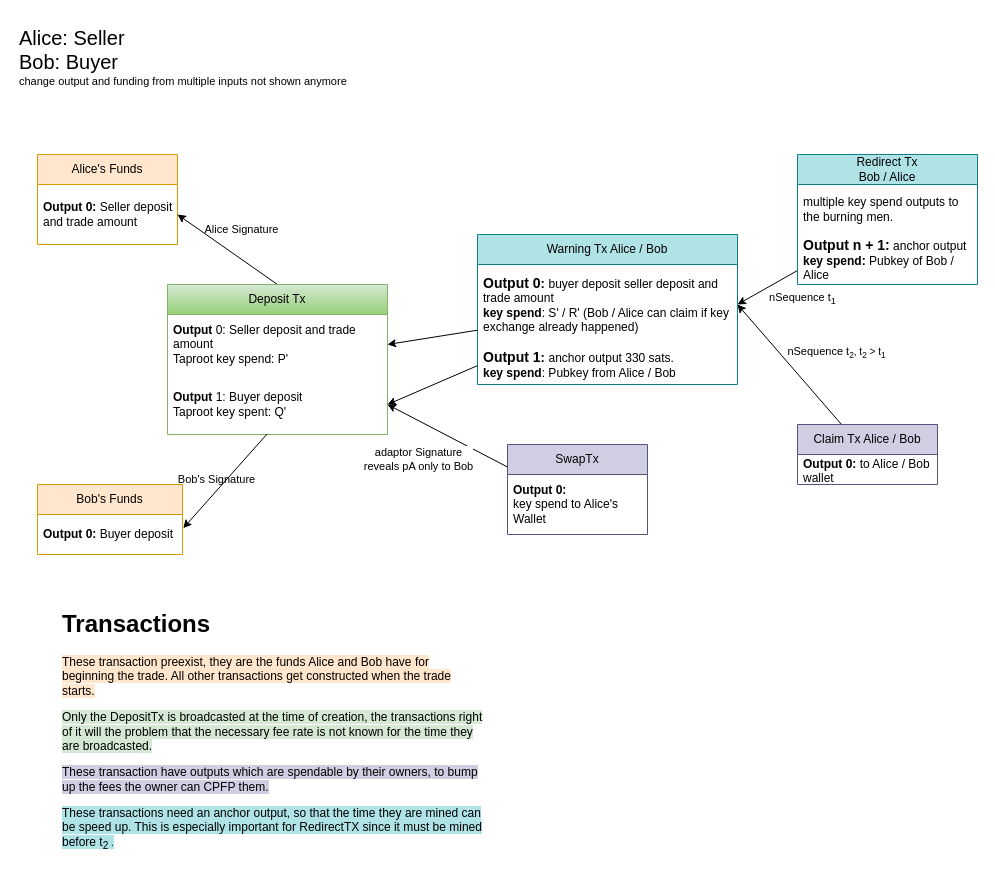
Above: concept/STx5.drawio in namloan/bisq-musig (draw.io), before the change. Source tidied: cells renumbered, new cells numbered last; positions are measured from the earlier drawing's top-left corner, leaving out a move shared by most shapes. Both pictures are drawn from the tidied source at 100%, with x=0, y=0 at pixel (17, 17).
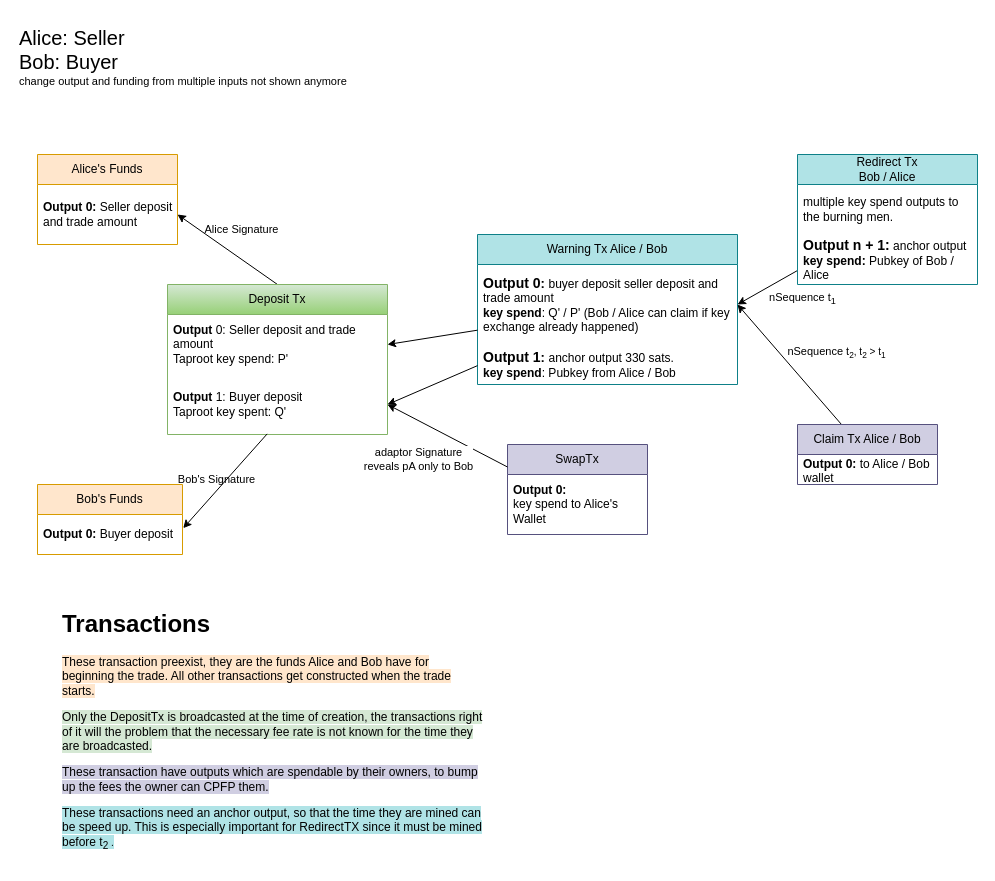
The same page after the edit.

The change refers to these unchanged cells:
```xml
<mxCell id="13" value="Warning Tx Alice / Bob" style="swimlane;fontStyle=0;horizontal=1;startSize=30;whiteSpace=wrap;html=1;labelBackgroundColor=none;fillColor=#b0e3e6;strokeColor=#0e8088;" parent="1" vertex="1">
  <mxGeometry x="460" y="217" width="260" height="150" as="geometry" />
</mxCell>
```

Change to the diagram source:
```diff
@@
-    <mxCell id="14" value="&lt;b style=&quot;&quot;&gt;&lt;font style=&quot;font-size: 14px;&quot;&gt;Output 0&lt;/font&gt;&lt;span style=&quot;font-size: 13px;&quot;&gt;: &lt;/span&gt;&lt;/b&gt;buyer deposit&amp;nbsp;seller deposit and trade amount&lt;br&gt;&lt;b&gt;key spend&lt;/b&gt;: S' / R'&amp;nbsp;(Bob / Alice can claim if key exchange already happened)" style="text;strokeColor=none;fillColor=none;align=left;verticalAlign=middle;spacingLeft=4;spacingRight=4;overflow=hidden;points=[[0,0.5],[1,0.5]];portConstraint=eastwest;whiteSpace=wrap;html=1;labelBackgroundColor=none;opacity=0;" parent="13" vertex="1">
+    <mxCell id="14" value="&lt;b style=&quot;&quot;&gt;&lt;font style=&quot;font-size: 14px;&quot;&gt;Output 0&lt;/font&gt;&lt;span style=&quot;font-size: 13px;&quot;&gt;: &lt;/span&gt;&lt;/b&gt;buyer deposit&amp;nbsp;seller deposit and trade amount&lt;br&gt;&lt;b&gt;key spend&lt;/b&gt;: Q' / P'&amp;nbsp;(Bob / Alice can claim if key exchange already happened)" style="text;strokeColor=none;fillColor=none;align=left;verticalAlign=middle;spacingLeft=4;spacingRight=4;overflow=hidden;points=[[0,0.5],[1,0.5]];portConstraint=eastwest;whiteSpace=wrap;html=1;labelBackgroundColor=none;opacity=0;" parent="13" vertex="1">
       <mxGeometry y="30" width="260" height="80" as="geometry" />
     </mxCell>
```
